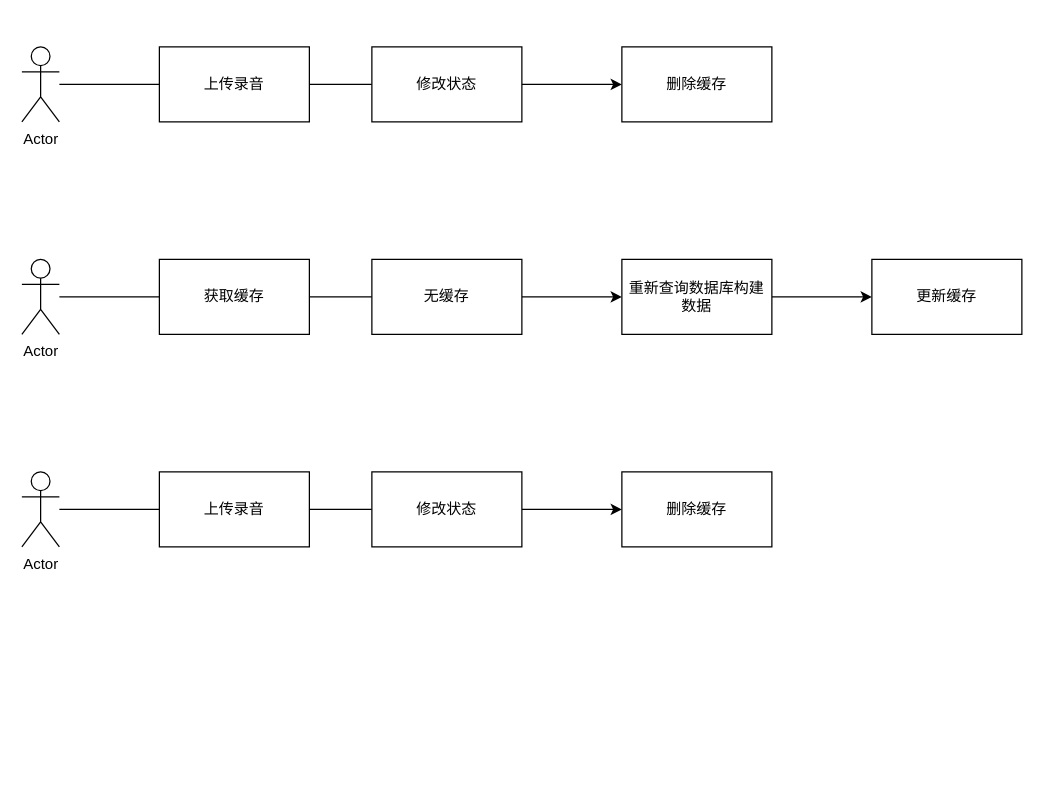
Above: 话术缓存更新.drawio in vncnliu/draw (draw.io), before the change. Source tidied: cells renumbered, new cells numbered last; positions are measured from the earlier drawing's top-left corner, leaving out a move shared by most shapes. Both pictures are drawn from the tidied source at 125%, with x=0, y=0 at pixel (21, 46).
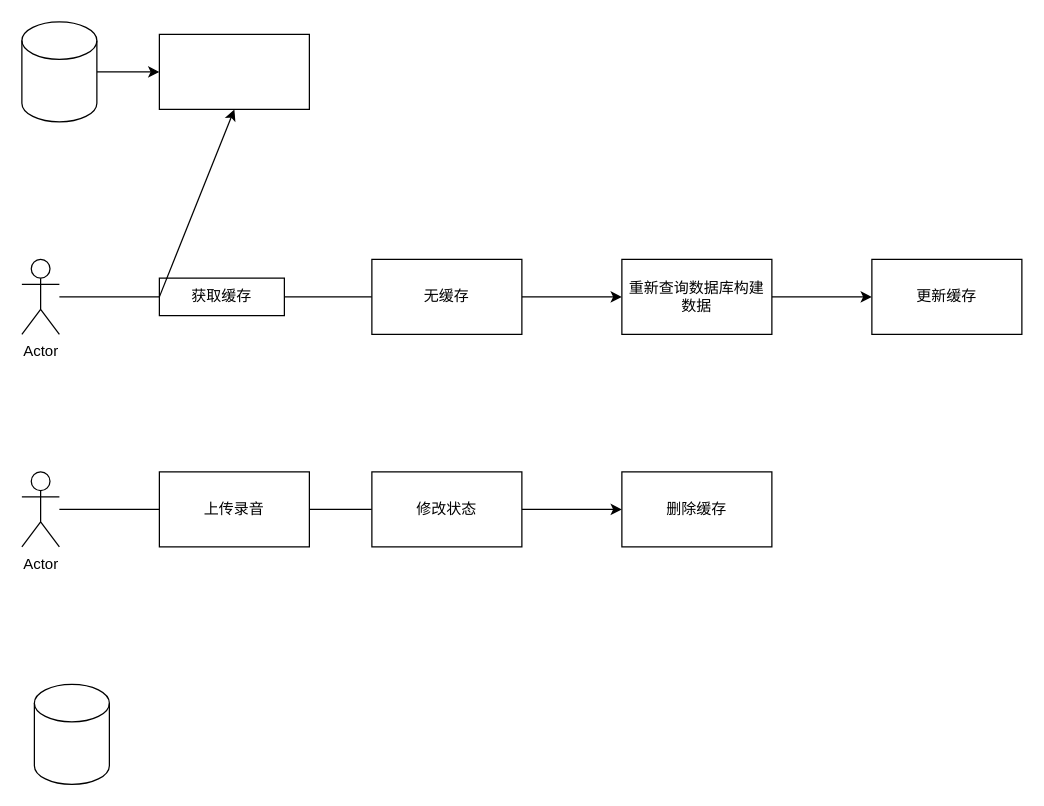
The same diagram, later.

Commit message (it also covers changes not shown here):
更新话术缓存更新.drawio

What changed in the source:
```diff
@@
-    <mxCell id="2" style="edgeStyle=orthogonalEdgeStyle;rounded=0;jettySize=auto;html=1;endArrow=none;endFill=0;" parent="1" edge="1" source="3" target="5">
-      <mxGeometry relative="1" as="geometry" />
-    </mxCell>
-    <mxCell id="3" value="上传录音" style="rounded=0;whiteSpace=wrap;html=1;" parent="1" vertex="1">
-      <mxGeometry x="110" width="120" height="60" as="geometry" />
-    </mxCell>
-    <mxCell id="4" style="edgeStyle=orthogonalEdgeStyle;rounded=0;jettySize=auto;html=1;" parent="1" edge="1" source="5" target="8">
-      <mxGeometry relative="1" as="geometry" />
-    </mxCell>
-    <mxCell id="5" value="修改状态" style="whiteSpace=wrap;html=1;rounded=0;" parent="1" vertex="1">
-      <mxGeometry x="280" width="120" height="60" as="geometry" />
-    </mxCell>
-    <mxCell id="6" style="edgeStyle=orthogonalEdgeStyle;rounded=0;jettySize=auto;html=1;endArrow=none;endFill=0;" parent="1" edge="1" source="7" target="3">
-      <mxGeometry relative="1" as="geometry" />
-    </mxCell>
-    <mxCell id="7" value="Actor" style="shape=umlActor;verticalLabelPosition=bottom;verticalAlign=top;html=1;outlineConnect=0;" parent="1" vertex="1">
-      <mxGeometry width="30" height="60" as="geometry" />
-    </mxCell>
-    <mxCell id="8" value="删除缓存" style="whiteSpace=wrap;html=1;rounded=0;" parent="1" vertex="1">
-      <mxGeometry x="480" width="120" height="60" as="geometry" />
-    </mxCell>
@@
     <mxCell id="10" value="获取缓存" style="rounded=0;whiteSpace=wrap;html=1;" parent="1" vertex="1">
-      <mxGeometry x="110" y="170" width="120" height="60" as="geometry" />
+      <mxGeometry x="110" y="185" width="100" height="30" as="geometry" />
     </mxCell>
@@
+    <mxCell id="25" style="shape=cylinder3;whiteSpace=wrap;html=1;boundedLbl=1;backgroundOutline=1;size=15;" parent="1" vertex="1">
+      <mxGeometry x="10" y="510" width="60" height="80" as="geometry" />
+    </mxCell>
+    <mxCell id="26" style="edgeStyle=orthogonalEdgeStyle;rounded=0;jettySize=auto;html=1;" parent="1" edge="1" source="27" target="28">
+      <mxGeometry relative="1" as="geometry" />
+    </mxCell>
+    <mxCell id="27" style="shape=cylinder3;whiteSpace=wrap;html=1;boundedLbl=1;backgroundOutline=1;size=15;" parent="1" vertex="1">
+      <mxGeometry y="-20" width="60" height="80" as="geometry" />
+    </mxCell>
+    <mxCell id="28" style="whiteSpace=wrap;html=1;" parent="1" vertex="1">
+      <mxGeometry x="110" y="-10" width="120" height="60" as="geometry" />
+    </mxCell>
+    <mxCell id="29" style="rounded=0;jettySize=auto;html=1;exitX=0;exitY=0.5;exitDx=0;exitDy=0;entryX=0.5;entryY=1;entryDx=0;entryDy=0;" parent="1" edge="1" source="10" target="28">
+      <mxGeometry relative="1" as="geometry" />
+    </mxCell>
```
